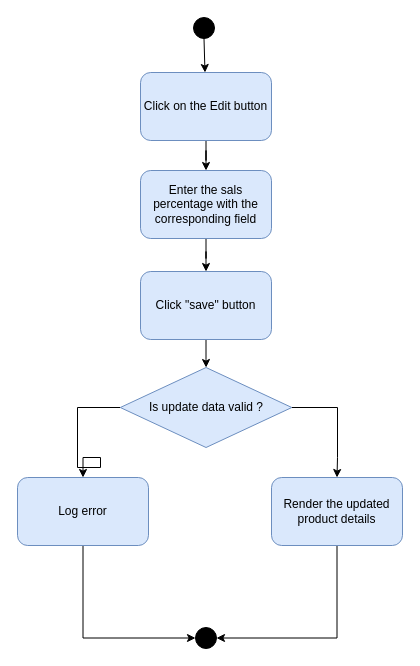
The draw.io diagram Diagram & Material/Diagram/Activity Diagram/Put product on sale.drawio in hakunhan/HANU_minimart, before the edit. Source tidied: cells renumbered, new cells numbered last; positions are measured from the earlier drawing's top-left corner, leaving out a move shared by most shapes. Both pictures are drawn from the tidied source at 100%, with x=0, y=0 at pixel (17, 17).
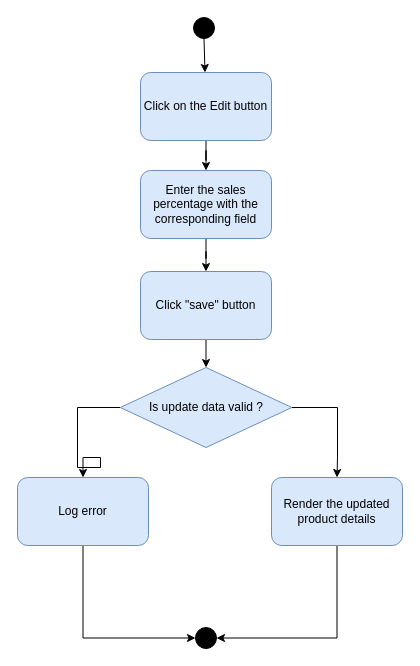
After the change.

Change to the diagram source:
```diff
@@
-    <mxCell id="7" value="Enter the sals percentage with the corresponding field" style="rounded=1;whiteSpace=wrap;html=1;fillColor=#dae8fc;strokeColor=#6c8ebf;" parent="1" vertex="1">
+    <mxCell id="7" value="Enter the sales percentage with the corresponding field" style="rounded=1;whiteSpace=wrap;html=1;fillColor=#dae8fc;strokeColor=#6c8ebf;" parent="1" vertex="1">
       <mxGeometry x="123" y="153" width="131" height="68" as="geometry" />
     </mxCell>
```
